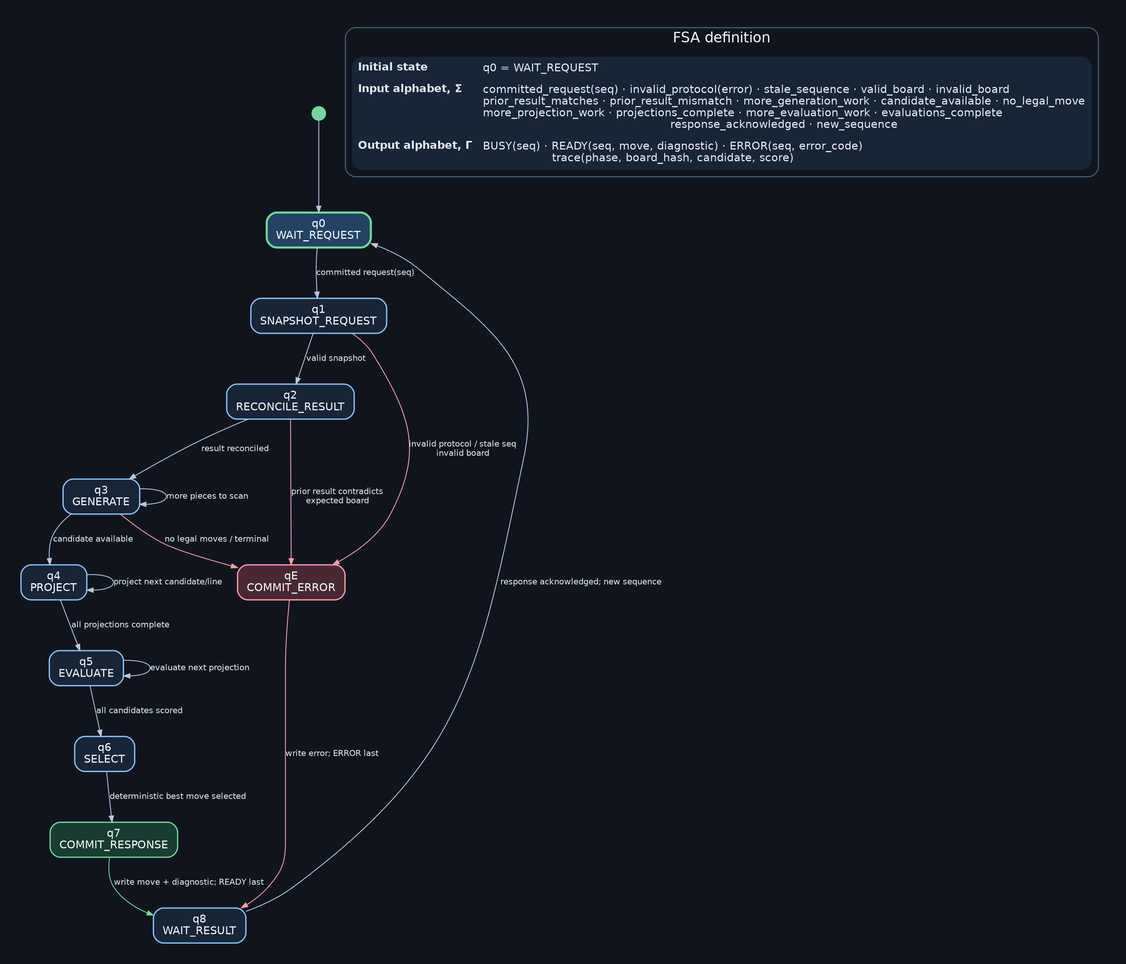
The Graphviz diagram research/checkers-evidence/FSA-LOGIC.png in intelliputer/intellicart, before a commit. Its source is kept beside it as research/checkers-evidence/FSA-LOGIC.dot.
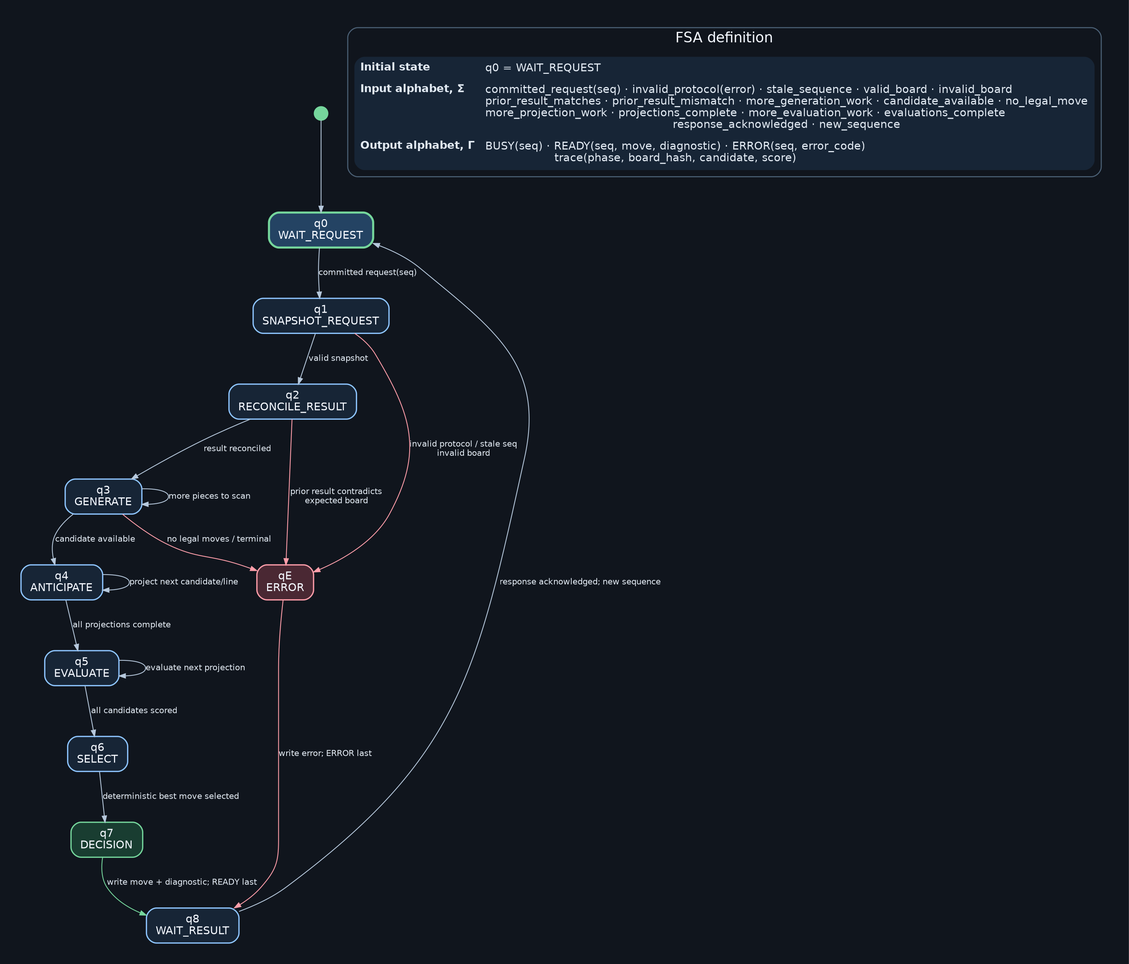
The same file after the commit.

Change to the diagram source:
```diff
@@ -8,11 +8,11 @@
   q1 [label="q1\nSNAPSHOT_REQUEST"];
   q2 [label="q2\nRECONCILE_RESULT"];
   q3 [label="q3\nGENERATE"];
-  q4 [label="q4\nPROJECT"];
+  q4 [label="q4\nANTICIPATE"];
   q5 [label="q5\nEVALUATE"];
   q6 [label="q6\nSELECT"];
-  q7 [label="q7\nCOMMIT_RESPONSE", fillcolor="#193d31", color="#75d69c"];
-  qE [label="qE\nCOMMIT_ERROR", fillcolor="#4a2833", color="#ff9eaa"];
+  q7 [label="q7\nDECISION", fillcolor="#193d31", color="#75d69c"];
+  qE [label="qE\nERROR", fillcolor="#4a2833", color="#ff9eaa"];
   q8 [label="q8\nWAIT_RESULT"];
 
   start -> q0;
```
